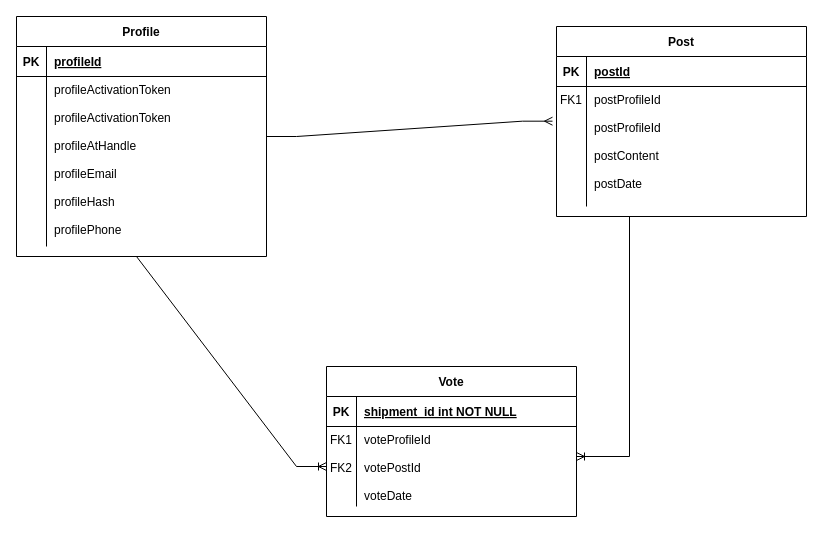
This is Untitled Diagram.drawio from kolson21/about-kim, a draw.io file, before an edit. Source tidied: cells renumbered, new cells numbered last; positions are measured from the earlier drawing's top-left corner, leaving out a move shared by most shapes. Both pictures are drawn from the tidied source at 100%, with x=0, y=0 at pixel (16, 16).
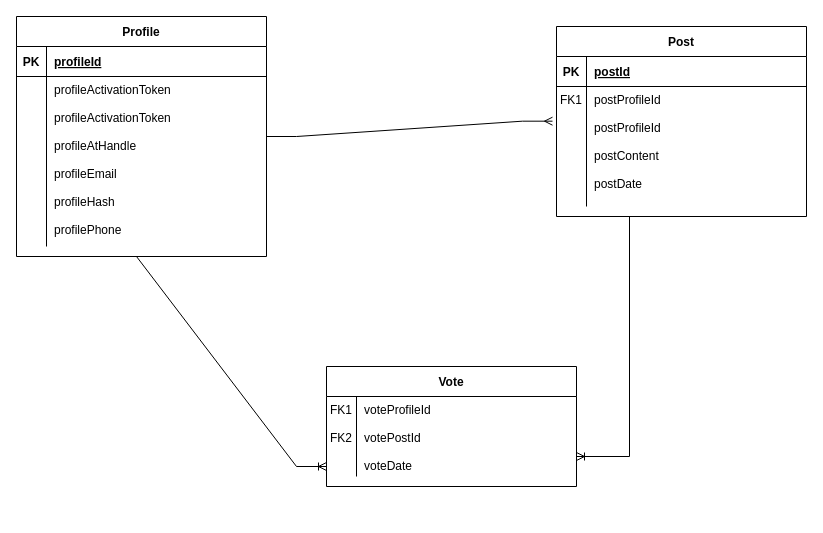
The same page after the edit.

What changed in the source:
```diff
@@
     <mxCell id="9" value="Vote" style="shape=table;startSize=30;childLayout=tableLayout;rowLines=0;fontStyle=1;align=center;" parent="1" vertex="1">
-      <mxGeometry x="310" y="350" width="250" height="150" as="geometry" />
+      <mxGeometry x="310" y="350" width="250" height="120" as="geometry" />
     </mxCell>
-    <mxCell id="10" style="shape=partialRectangle;fillColor=none;top=0;left=0;right=0;bottom=1;" parent="9" vertex="1">
-      <mxGeometry y="30" width="250" height="30" as="geometry" />
-    </mxCell>
-    <mxCell id="11" value="PK" style="shape=partialRectangle;overflow=hidden;fillColor=none;top=0;left=0;bottom=0;right=0;fontStyle=1;" parent="10" vertex="1">
-      <mxGeometry width="30" height="30" as="geometry" />
-    </mxCell>
-    <mxCell id="12" value="shipment_id int NOT NULL " style="shape=partialRectangle;overflow=hidden;fillColor=none;top=0;left=0;bottom=0;right=0;align=left;spacingLeft=6;fontStyle=5;" parent="10" vertex="1">
-      <mxGeometry x="30" width="220" height="30" as="geometry" />
-    </mxCell>
     <mxCell id="13" style="shape=partialRectangle;fillColor=none;top=0;left=0;right=0;bottom=0;" parent="9" vertex="1">
-      <mxGeometry y="60" width="250" height="80" as="geometry" />
+      <mxGeometry y="30" width="250" height="80" as="geometry" />
     </mxCell>
```
